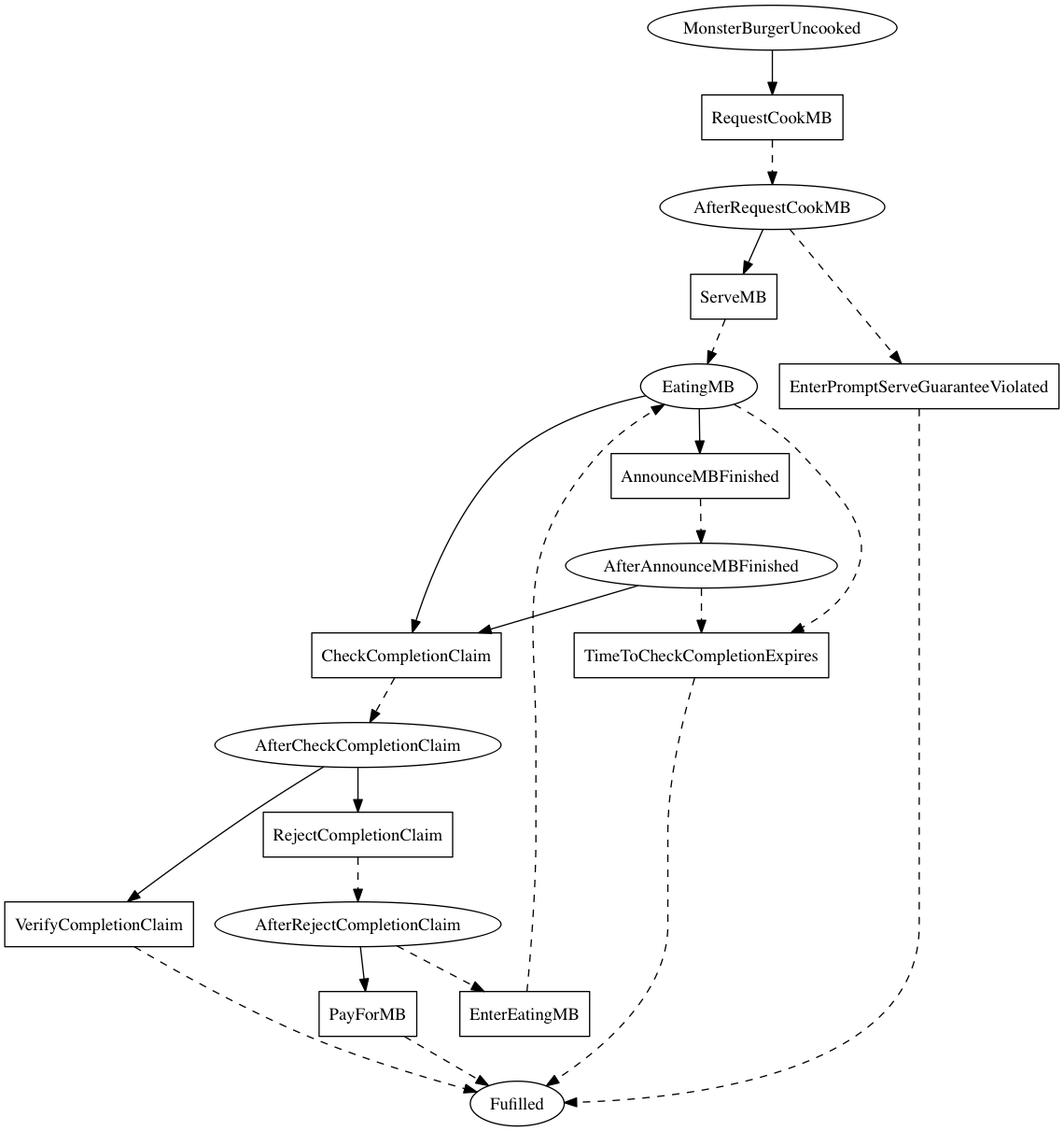
The Graphviz diagram linear_state_machine_language/pyL4/examples_graphviz_gen/toy_and_teaching/monster_burger_program_only.png in Marcao02/complaw-deeptech, before a commit. Its source is kept beside it as linear_state_machine_language/pyL4/examples_graphviz_gen/toy_and_teaching/monster_burger_program_only.dot.
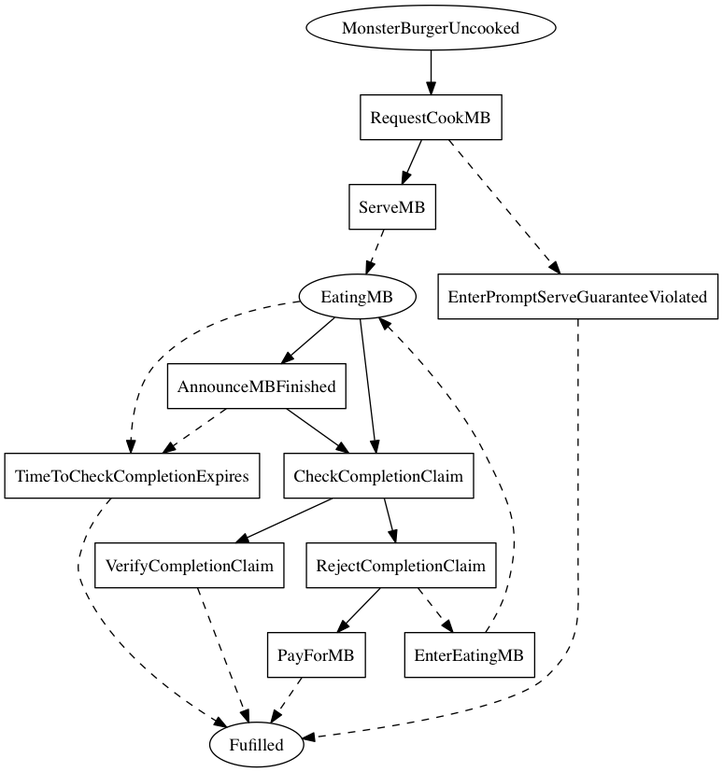
After the commit.

The edit, as a diff of the source:
```diff
@@ -2,11 +2,7 @@
 digraph Monster_Burger {
     Fulfilled[label=Fufilled];
     MonsterBurgerUncooked[label=MonsterBurgerUncooked];
-	AfterRequestCookMB[label=AfterRequestCookMB];
-	EatingMB[label=EatingMB];
-	AfterAnnounceMBFinished[label=AfterAnnounceMBFinished];
-	AfterCheckCompletionClaim[label=AfterCheckCompletionClaim];
-	AfterRejectCompletionClaim[label=AfterRejectCompletionClaim]
+	EatingMB[label=EatingMB]
 
 
     RequestCookMB[label=RequestCookMB,shape=box];
@@ -23,26 +19,23 @@
 
 
     MonsterBurgerUncooked -> RequestCookMB;
-	AfterRequestCookMB -> ServeMB;
-	AfterRequestCookMB -> EnterPromptServeGuaranteeViolated [style=dashed];
+	RequestCookMB -> ServeMB;
+	RequestCookMB -> EnterPromptServeGuaranteeViolated [style=dashed];
 	EatingMB -> AnnounceMBFinished;
 	EatingMB -> CheckCompletionClaim;
 	EatingMB -> TimeToCheckCompletionExpires [style=dashed];
-	AfterAnnounceMBFinished -> CheckCompletionClaim;
-	AfterAnnounceMBFinished -> TimeToCheckCompletionExpires [style=dashed];
-	AfterCheckCompletionClaim -> VerifyCompletionClaim;
-	AfterCheckCompletionClaim -> RejectCompletionClaim;
-	AfterRejectCompletionClaim -> EnterEatingMB [style=dashed];
-	AfterRejectCompletionClaim -> PayForMB
+	AnnounceMBFinished -> CheckCompletionClaim;
+	AnnounceMBFinished -> TimeToCheckCompletionExpires [style=dashed];
+	CheckCompletionClaim -> VerifyCompletionClaim;
+	CheckCompletionClaim -> RejectCompletionClaim;
+	RejectCompletionClaim -> EnterEatingMB [style=dashed];
+	RejectCompletionClaim -> PayForMB
 
-    RequestCookMB -> AfterRequestCookMB [style=dashed];
-	ServeMB -> EatingMB [style=dashed];
+    ServeMB -> EatingMB [style=dashed];
 	EnterPromptServeGuaranteeViolated -> Fulfilled [style=dashed];
 	EnterEatingMB -> EatingMB [style=dashed];
-	AnnounceMBFinished -> AfterAnnounceMBFinished [style=dashed];
 	TimeToCheckCompletionExpires -> Fulfilled [style=dashed];
-	CheckCompletionClaim -> AfterCheckCompletionClaim [style=dashed];
-	RejectCompletionClaim -> AfterRejectCompletionClaim [style=dashed];
 	PayForMB -> Fulfilled [style=dashed];
-	VerifyCompletionClaim -> Fulfilled [style=dashed]
+	VerifyCompletionClaim -> Fulfilled [style=dashed];
+
 }
```
